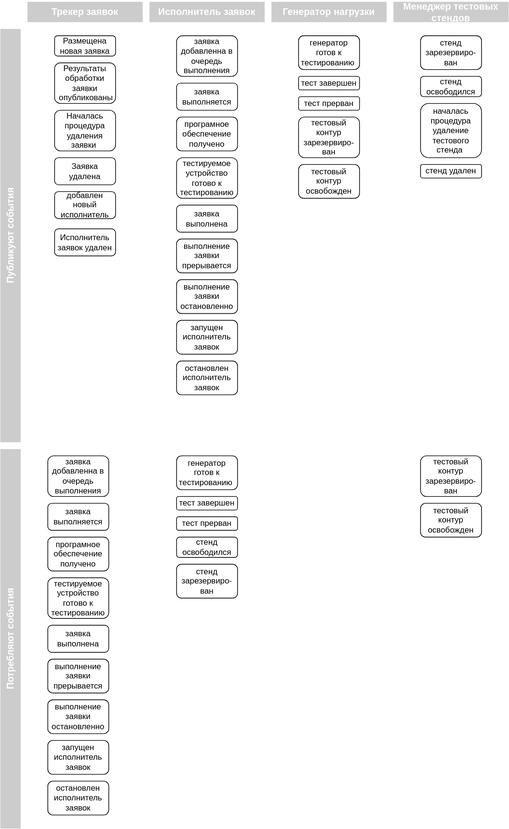
This is graduate_project/diagrams/context_integration.svg from ralex29/otus_software_architect_2022_09, a draw.io export, as it was before one commit. Source tidied: cells renumbered, new cells last; positions are measured from the earlier drawing's top-left corner, leaving out a move shared by most shapes.
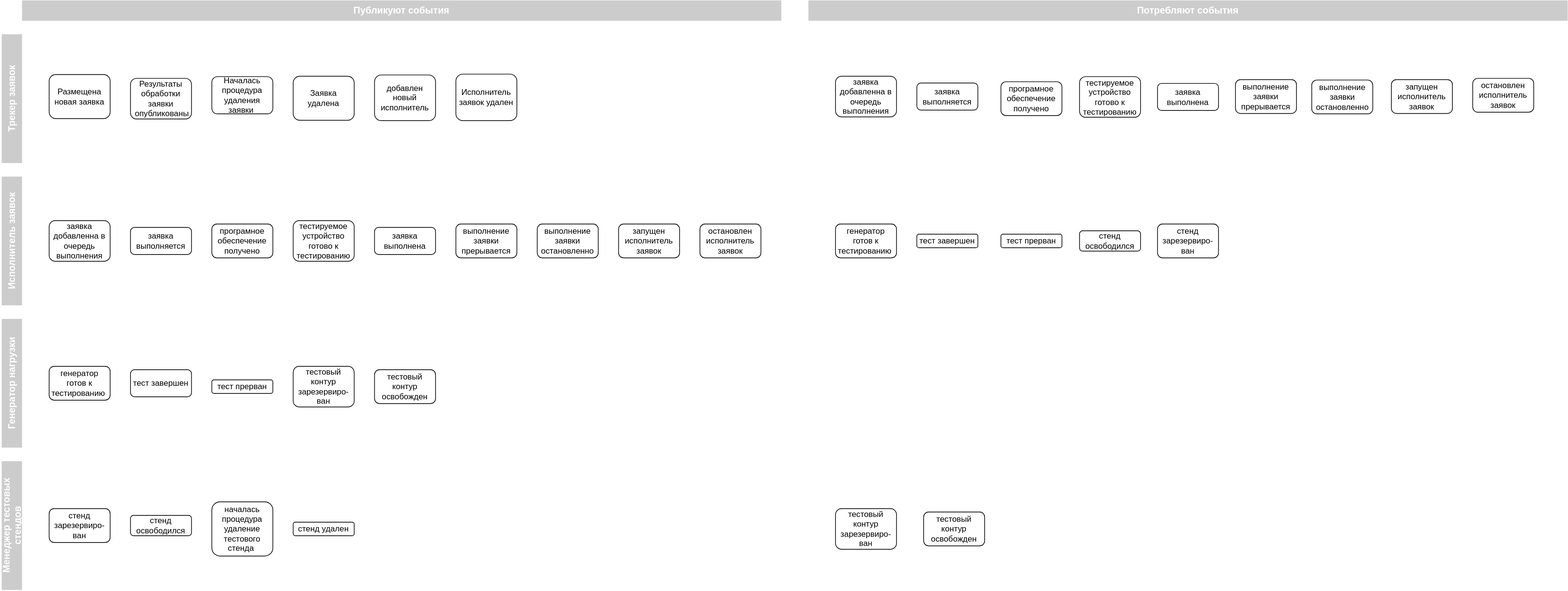
After the change.

The edit, as a diff of the source:
```diff
@@ -2,143 +2,143 @@
   <root>
     <mxCell id="0" />
     <mxCell id="1" parent="0" />
-    <mxCell id="2" value="Публикуют события" style="html=1;fillColor=#CCCCCC;strokeColor=none;shadow=0;fontSize=14;fontColor=#FFFFFF;align=center;fontStyle=1;whiteSpace=wrap;horizontal=0;rounded=0;" parent="1" vertex="1">
-      <mxGeometry y="40" width="30" height="610" as="geometry" />
-    </mxCell>
-    <mxCell id="3" value="Потребляют события" style="html=1;fillColor=#CCCCCC;strokeColor=none;shadow=0;fontSize=14;fontColor=#FFFFFF;align=center;fontStyle=1;whiteSpace=wrap;horizontal=0;rounded=0;" parent="1" vertex="1">
-      <mxGeometry y="660" width="30" height="560" as="geometry" />
-    </mxCell>
-    <mxCell id="4" value="Трекер заявок" style="html=1;fillColor=#CCCCCC;strokeColor=none;shadow=0;fontSize=14;fontColor=#FFFFFF;align=center;fontStyle=1;whiteSpace=wrap;rounded=0;" parent="1" vertex="1">
-      <mxGeometry x="40" width="170" height="30" as="geometry" />
-    </mxCell>
-    <mxCell id="5" value="Менеджер тестовых стендов" style="html=1;fillColor=#CCCCCC;strokeColor=none;shadow=0;fontSize=14;fontColor=#FFFFFF;align=center;fontStyle=1;whiteSpace=wrap;rounded=0;" parent="1" vertex="1">
-      <mxGeometry x="580" width="170" height="30" as="geometry" />
-    </mxCell>
-    <mxCell id="6" value="Исполнитель заявок" style="html=1;fillColor=#CCCCCC;strokeColor=none;shadow=0;fontSize=14;fontColor=#FFFFFF;align=center;fontStyle=1;whiteSpace=wrap;rounded=0;" parent="1" vertex="1">
-      <mxGeometry x="220" width="170" height="30" as="geometry" />
-    </mxCell>
-    <mxCell id="7" value="Генератор нагрузки" style="html=1;fillColor=#CCCCCC;strokeColor=none;shadow=0;fontSize=14;fontColor=#FFFFFF;align=center;fontStyle=1;whiteSpace=wrap;rounded=0;" parent="1" vertex="1">
-      <mxGeometry x="400" width="170" height="30" as="geometry" />
-    </mxCell>
     <mxCell id="8" value="Размещена новая заявка" style="rounded=1;whiteSpace=wrap;html=1;" parent="1" vertex="1">
-      <mxGeometry x="80" y="50" width="90" height="30" as="geometry" />
+      <mxGeometry x="50" y="1099.4" width="90" height="65" as="geometry" />
     </mxCell>
     <mxCell id="9" value="програмное обеспечение получено" style="rounded=1;whiteSpace=wrap;html=1;" parent="1" vertex="1">
-      <mxGeometry x="260" y="170" width="90" height="50" as="geometry" />
+      <mxGeometry x="290" y="1320" width="90" height="50" as="geometry" />
     </mxCell>
     <mxCell id="10" value="началась процедура удаление тестового стенда&amp;nbsp;" style="rounded=1;whiteSpace=wrap;html=1;" parent="1" vertex="1">
-      <mxGeometry x="620" y="150" width="90" height="80" as="geometry" />
+      <mxGeometry x="290" y="1730" width="90" height="80" as="geometry" />
     </mxCell>
     <mxCell id="11" value="стенд удален" style="rounded=1;whiteSpace=wrap;html=1;" parent="1" vertex="1">
-      <mxGeometry x="620" y="240" width="90" height="20" as="geometry" />
+      <mxGeometry x="410" y="1760" width="90" height="20" as="geometry" />
     </mxCell>
     <mxCell id="12" value="Заявка удалена" style="rounded=1;whiteSpace=wrap;html=1;" parent="1" vertex="1">
-      <mxGeometry x="80" y="230" width="90" height="40" as="geometry" />
+      <mxGeometry x="410" y="1101.9" width="90" height="65" as="geometry" />
     </mxCell>
     <mxCell id="13" value="стенд зарезервиро-ван" style="rounded=1;whiteSpace=wrap;html=1;" parent="1" vertex="1">
-      <mxGeometry x="620" y="50" width="90" height="50" as="geometry" />
+      <mxGeometry x="50" y="1740" width="90" height="50" as="geometry" />
     </mxCell>
     <mxCell id="14" value="генератор готов к тестированию&amp;nbsp;" style="rounded=1;whiteSpace=wrap;html=1;" parent="1" vertex="1">
-      <mxGeometry x="440" y="50" width="90" height="50" as="geometry" />
+      <mxGeometry x="50" y="1530" width="90" height="50" as="geometry" />
     </mxCell>
     <mxCell id="15" value="тестируемое устройство готово к тестированию" style="rounded=1;whiteSpace=wrap;html=1;" parent="1" vertex="1">
-      <mxGeometry x="260" y="230" width="90" height="60" as="geometry" />
+      <mxGeometry x="410" y="1315" width="90" height="60" as="geometry" />
     </mxCell>
     <mxCell id="16" value="тестовый контур зарезервиро-ван" style="rounded=1;whiteSpace=wrap;html=1;" parent="1" vertex="1">
-      <mxGeometry x="440" y="170" width="90" height="60" as="geometry" />
+      <mxGeometry x="410" y="1530" width="90" height="60" as="geometry" />
     </mxCell>
     <mxCell id="17" value="Результаты обработки заявки&lt;br&gt;&amp;nbsp;опубликованы" style="rounded=1;whiteSpace=wrap;html=1;" parent="1" vertex="1">
-      <mxGeometry x="80" y="90" width="90" height="60" as="geometry" />
+      <mxGeometry x="170" y="1105" width="90" height="60" as="geometry" />
     </mxCell>
     <mxCell id="18" value="заявка выполнена" style="rounded=1;whiteSpace=wrap;html=1;" parent="1" vertex="1">
-      <mxGeometry x="260" y="300" width="90" height="40" as="geometry" />
+      <mxGeometry x="530" y="1325" width="90" height="40" as="geometry" />
     </mxCell>
     <mxCell id="19" value="тест завершен" style="rounded=1;whiteSpace=wrap;html=1;" parent="1" vertex="1">
-      <mxGeometry x="440" y="110" width="90" height="20" as="geometry" />
+      <mxGeometry x="170" y="1535" width="90" height="40" as="geometry" />
     </mxCell>
     <mxCell id="20" value="стенд освободился" style="rounded=1;whiteSpace=wrap;html=1;" parent="1" vertex="1">
-      <mxGeometry x="620" y="110" width="90" height="30" as="geometry" />
+      <mxGeometry x="170" y="1750" width="90" height="30" as="geometry" />
     </mxCell>
     <mxCell id="21" value="заявка добавленна в очередь выполнения" style="rounded=1;whiteSpace=wrap;html=1;" parent="1" vertex="1">
-      <mxGeometry x="260" y="50" width="90" height="60" as="geometry" />
+      <mxGeometry x="50" y="1315" width="90" height="60" as="geometry" />
     </mxCell>
     <mxCell id="22" value="тест прерван" style="rounded=1;whiteSpace=wrap;html=1;" parent="1" vertex="1">
-      <mxGeometry x="440" y="140" width="90" height="20" as="geometry" />
+      <mxGeometry x="290" y="1550" width="90" height="20" as="geometry" />
     </mxCell>
     <mxCell id="23" value="Началась процедура удаления заявки&amp;nbsp;" style="rounded=1;whiteSpace=wrap;html=1;" parent="1" vertex="1">
-      <mxGeometry x="80" y="160" width="90" height="60" as="geometry" />
+      <mxGeometry x="290" y="1102.5" width="90" height="55" as="geometry" />
     </mxCell>
     <mxCell id="24" value="выполнение заявки прерывается" style="rounded=1;whiteSpace=wrap;html=1;" parent="1" vertex="1">
-      <mxGeometry x="260" y="350" width="90" height="50" as="geometry" />
+      <mxGeometry x="650" y="1320" width="90" height="50" as="geometry" />
     </mxCell>
     <mxCell id="25" value="заявка выполняется" style="rounded=1;whiteSpace=wrap;html=1;" parent="1" vertex="1">
-      <mxGeometry x="260" y="120" width="90" height="40" as="geometry" />
+      <mxGeometry x="170" y="1325" width="90" height="40" as="geometry" />
     </mxCell>
     <mxCell id="26" value="тестовый контур освобожден" style="rounded=1;whiteSpace=wrap;html=1;" parent="1" vertex="1">
-      <mxGeometry x="440" y="240" width="90" height="50" as="geometry" />
+      <mxGeometry x="530" y="1535" width="90" height="50" as="geometry" />
     </mxCell>
     <mxCell id="27" value="заявка добавленна в очередь выполнения" style="rounded=1;whiteSpace=wrap;html=1;" parent="1" vertex="1">
-      <mxGeometry x="70" y="670" width="90" height="60" as="geometry" />
+      <mxGeometry x="1210" y="1101.9" width="90" height="60" as="geometry" />
     </mxCell>
     <mxCell id="28" value="заявка выполняется" style="rounded=1;whiteSpace=wrap;html=1;" parent="1" vertex="1">
-      <mxGeometry x="70" y="740" width="90" height="40" as="geometry" />
+      <mxGeometry x="1330" y="1111.9" width="90" height="40" as="geometry" />
     </mxCell>
     <mxCell id="29" value="програмное обеспечение получено" style="rounded=1;whiteSpace=wrap;html=1;" parent="1" vertex="1">
-      <mxGeometry x="70" y="790" width="90" height="50" as="geometry" />
+      <mxGeometry x="1454" y="1110" width="90" height="50" as="geometry" />
     </mxCell>
     <mxCell id="30" value="тестируемое устройство готово к тестированию" style="rounded=1;whiteSpace=wrap;html=1;" parent="1" vertex="1">
-      <mxGeometry x="70" y="850" width="90" height="60" as="geometry" />
+      <mxGeometry x="1570" y="1102.5" width="90" height="60" as="geometry" />
     </mxCell>
     <mxCell id="31" value="заявка выполнена" style="rounded=1;whiteSpace=wrap;html=1;" parent="1" vertex="1">
-      <mxGeometry x="70" y="920" width="90" height="40" as="geometry" />
+      <mxGeometry x="1685" y="1112.5" width="90" height="40" as="geometry" />
     </mxCell>
     <mxCell id="32" value="выполнение заявки прерывается" style="rounded=1;whiteSpace=wrap;html=1;" parent="1" vertex="1">
-      <mxGeometry x="70" y="970" width="90" height="50" as="geometry" />
+      <mxGeometry x="1800" y="1106.9" width="90" height="50" as="geometry" />
     </mxCell>
     <mxCell id="33" value="выполнение заявки остановленно" style="rounded=1;whiteSpace=wrap;html=1;" parent="1" vertex="1">
-      <mxGeometry x="260" y="410" width="90" height="50" as="geometry" />
+      <mxGeometry x="770" y="1320" width="90" height="50" as="geometry" />
     </mxCell>
     <mxCell id="34" value="выполнение заявки остановленно" style="rounded=1;whiteSpace=wrap;html=1;" parent="1" vertex="1">
-      <mxGeometry x="70" y="1030" width="90" height="50" as="geometry" />
+      <mxGeometry x="1912.5" y="1107.5" width="90" height="50" as="geometry" />
     </mxCell>
     <mxCell id="35" value="генератор готов к тестированию&amp;nbsp;" style="rounded=1;whiteSpace=wrap;html=1;" parent="1" vertex="1">
-      <mxGeometry x="260" y="670" width="90" height="50" as="geometry" />
+      <mxGeometry x="1210" y="1320" width="90" height="50" as="geometry" />
     </mxCell>
     <mxCell id="36" value="тест завершен" style="rounded=1;whiteSpace=wrap;html=1;" parent="1" vertex="1">
-      <mxGeometry x="260" y="730" width="90" height="20" as="geometry" />
+      <mxGeometry x="1330" y="1335" width="90" height="20" as="geometry" />
     </mxCell>
     <mxCell id="37" value="тест прерван" style="rounded=1;whiteSpace=wrap;html=1;" parent="1" vertex="1">
-      <mxGeometry x="260" y="760" width="90" height="20" as="geometry" />
+      <mxGeometry x="1454" y="1335" width="90" height="20" as="geometry" />
     </mxCell>
     <mxCell id="38" value="стенд освободился" style="rounded=1;whiteSpace=wrap;html=1;" parent="1" vertex="1">
-      <mxGeometry x="260" y="790" width="90" height="30" as="geometry" />
+      <mxGeometry x="1570" y="1330" width="90" height="30" as="geometry" />
     </mxCell>
     <mxCell id="39" value="стенд зарезервиро-ван" style="rounded=1;whiteSpace=wrap;html=1;" parent="1" vertex="1">
-      <mxGeometry x="260" y="830" width="90" height="50" as="geometry" />
+      <mxGeometry x="1685" y="1320" width="90" height="50" as="geometry" />
     </mxCell>
     <mxCell id="40" value="тестовый контур зарезервиро-ван" style="rounded=1;whiteSpace=wrap;html=1;" parent="1" vertex="1">
-      <mxGeometry x="620" y="670" width="90" height="60" as="geometry" />
+      <mxGeometry x="1210" y="1740" width="90" height="60" as="geometry" />
     </mxCell>
     <mxCell id="41" value="тестовый контур освобожден" style="rounded=1;whiteSpace=wrap;html=1;" parent="1" vertex="1">
-      <mxGeometry x="620" y="740" width="90" height="50" as="geometry" />
+      <mxGeometry x="1340" y="1745" width="90" height="50" as="geometry" />
     </mxCell>
     <mxCell id="42" value="запущен исполнитель заявок" style="rounded=1;whiteSpace=wrap;html=1;" parent="1" vertex="1">
-      <mxGeometry x="260" y="470" width="90" height="50" as="geometry" />
+      <mxGeometry x="890" y="1320" width="90" height="50" as="geometry" />
     </mxCell>
     <mxCell id="43" value="остановлен&lt;br&gt;исполнитель заявок" style="rounded=1;whiteSpace=wrap;html=1;" parent="1" vertex="1">
-      <mxGeometry x="260" y="530" width="90" height="50" as="geometry" />
+      <mxGeometry x="1010" y="1320" width="90" height="50" as="geometry" />
     </mxCell>
     <mxCell id="44" value="запущен исполнитель заявок" style="rounded=1;whiteSpace=wrap;html=1;" parent="1" vertex="1">
-      <mxGeometry x="70" y="1090" width="90" height="50" as="geometry" />
+      <mxGeometry x="2030" y="1106.9" width="90" height="50" as="geometry" />
     </mxCell>
     <mxCell id="45" value="остановлен&lt;br&gt;исполнитель заявок" style="rounded=1;whiteSpace=wrap;html=1;" parent="1" vertex="1">
-      <mxGeometry x="70" y="1150" width="90" height="50" as="geometry" />
+      <mxGeometry x="2150" y="1105" width="90" height="50" as="geometry" />
     </mxCell>
     <mxCell id="46" value="добавлен новый исполнитель" style="rounded=1;whiteSpace=wrap;html=1;" parent="1" vertex="1">
-      <mxGeometry x="80" y="280" width="90" height="40" as="geometry" />
+      <mxGeometry x="530" y="1100" width="90" height="67.5" as="geometry" />
     </mxCell>
     <mxCell id="47" value="Исполнитель заявок удален" style="rounded=1;whiteSpace=wrap;html=1;" parent="1" vertex="1">
-      <mxGeometry x="80" y="335" width="90" height="40" as="geometry" />
+      <mxGeometry x="650" y="1098.8" width="90" height="68.8" as="geometry" />
     </mxCell>
+    <mxCell id="4" value="Трекер заявок" style="html=1;fillColor=#CCCCCC;strokeColor=none;shadow=0;fontSize=14;fontColor=#FFFFFF;align=center;fontStyle=1;whiteSpace=wrap;horizontal=0;rounded=0;" parent="1" vertex="1">
+      <mxGeometry x="-20" y="1040" width="30" height="190" as="geometry" />
+    </mxCell>
+    <mxCell id="6" value="Исполнитель заявок" style="html=1;fillColor=#CCCCCC;strokeColor=none;shadow=0;fontSize=14;fontColor=#FFFFFF;align=center;fontStyle=1;whiteSpace=wrap;horizontal=0;rounded=0;" parent="1" vertex="1">
+      <mxGeometry x="-20" y="1250" width="30" height="190" as="geometry" />
+    </mxCell>
+    <mxCell id="7" value="Генератор нагрузки" style="html=1;fillColor=#CCCCCC;strokeColor=none;shadow=0;fontSize=14;fontColor=#FFFFFF;align=center;fontStyle=1;whiteSpace=wrap;horizontal=0;rounded=0;" parent="1" vertex="1">
+      <mxGeometry x="-20" y="1460" width="30" height="190" as="geometry" />
+    </mxCell>
+    <mxCell id="5" value="Менеджер тестовых стендов" style="html=1;fillColor=#CCCCCC;strokeColor=none;shadow=0;fontSize=14;fontColor=#FFFFFF;align=center;fontStyle=1;whiteSpace=wrap;horizontal=0;rounded=0;" parent="1" vertex="1">
+      <mxGeometry x="-20" y="1670" width="30" height="190" as="geometry" />
+    </mxCell>
+    <mxCell id="2" value="&lt;span style=&quot;background-color: rgb(204, 204, 204);&quot;&gt;Публикуют события&lt;/span&gt;" style="html=1;fillColor=#CCCCCC;strokeColor=none;shadow=0;fontSize=14;fontColor=#FFFFFF;align=center;fontStyle=1;whiteSpace=wrap;rounded=0;" parent="1" vertex="1">
+      <mxGeometry x="10" y="990" width="1120" height="30" as="geometry" />
+    </mxCell>
+    <mxCell id="3" value="&lt;span style=&quot;background-color: rgb(204, 204, 204);&quot;&gt;Потребляют события&lt;/span&gt;" style="html=1;fillColor=#CCCCCC;strokeColor=none;shadow=0;fontSize=14;fontColor=#FFFFFF;align=center;fontStyle=1;whiteSpace=wrap;rounded=0;" parent="1" vertex="1">
+      <mxGeometry x="1170" y="990" width="1120" height="30" as="geometry" />
+    </mxCell>
   </root>
 </mxGraphModel>
```
